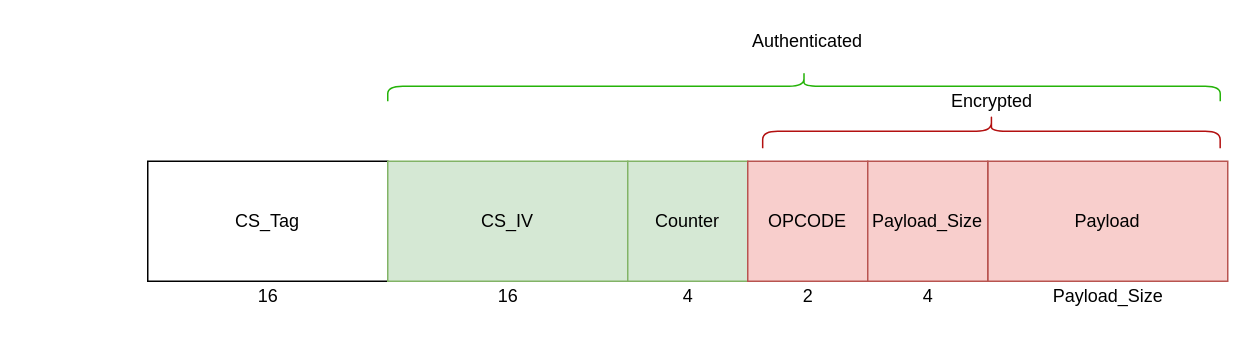
The draw.io diagram Documentation/DrawIo/opcode01234.drawio in matildao-pane/Secure-online-messaging-service, before the edit. Source tidied: cells renumbered, new cells numbered last; positions are measured from the earlier drawing's top-left corner, leaving out a move shared by most shapes. Both pictures are drawn from the tidied source at 150%, with x=0, y=0 at pixel (147, -332).
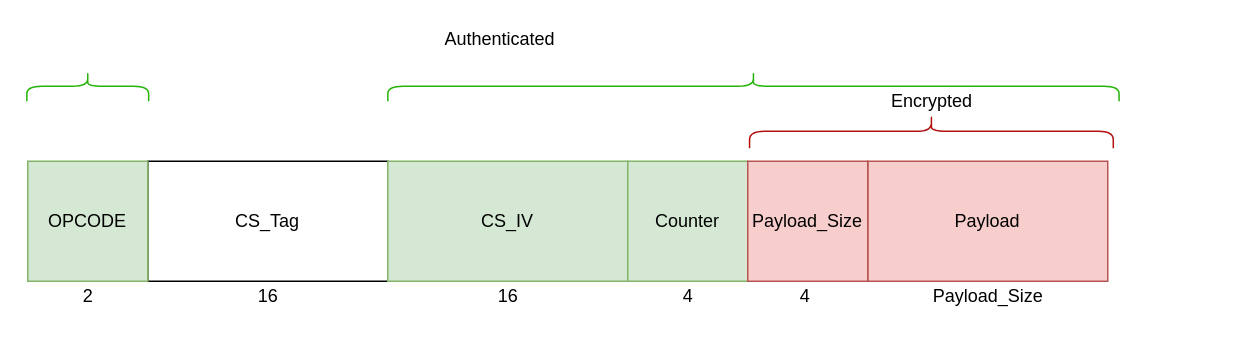
The same page after the edit.

What changed in the source:
```diff
@@
 <mxGraphModel>
   <root>
     <mxCell id="0" />
     <mxCell id="1" parent="0" />
     <mxCell id="2" value="CS_Tag" style="rounded=0;whiteSpace=wrap;html=1;" parent="1" vertex="1">
       <mxGeometry y="328" width="160" height="80" as="geometry" />
     </mxCell>
     <mxCell id="3" value="Payload" style="rounded=0;whiteSpace=wrap;html=1;fillColor=#f8cecc;strokeColor=#b85450;" parent="1" vertex="1">
-      <mxGeometry x="560" y="328" width="160" height="80" as="geometry" />
+      <mxGeometry x="480" y="328" width="160" height="80" as="geometry" />
     </mxCell>
     <mxCell id="4" value="CS_IV" style="rounded=0;whiteSpace=wrap;html=1;fillColor=#d5e8d4;strokeColor=#82b366;" parent="1" vertex="1">
       <mxGeometry x="160" y="328" width="160" height="80" as="geometry" />
     </mxCell>
     <mxCell id="5" value="16" style="text;html=1;align=center;verticalAlign=middle;strokeColor=none;" parent="1" vertex="1">
       <mxGeometry x="225" y="408" width="30" height="20" as="geometry" />
     </mxCell>
     <mxCell id="6" value="16" style="text;html=1;align=center;verticalAlign=middle;strokeColor=none;" parent="1" vertex="1">
       <mxGeometry x="65" y="408" width="30" height="20" as="geometry" />
     </mxCell>
     <mxCell id="7" style="shape=curlyBracket;whiteSpace=wrap;html=1;rounded=1;flipH=1;rotation=-90;fillColor=none;strokeColor=#25B309;" parent="1" vertex="1">
-      <mxGeometry x="427.5" y="0.5" width="20" height="555" as="geometry" />
+      <mxGeometry x="393.8" y="34.2" width="20" height="487.5" as="geometry" />
     </mxCell>
     <mxCell id="8" style="shape=curlyBracket;whiteSpace=wrap;html=1;rounded=1;flipH=1;rotation=-90;fillColor=none;strokeColor=#B31010;" parent="1" vertex="1">
-      <mxGeometry x="551.2" y="155.5" width="22.5" height="305" as="geometry" />
+      <mxGeometry x="511.2" y="186.8" width="22.5" height="242.5" as="geometry" />
     </mxCell>
     <mxCell id="9" value="Authenticated" style="text;html=1;strokeColor=none;fillColor=none;align=center;verticalAlign=middle;whiteSpace=wrap;rounded=0;" parent="1" vertex="1">
-      <mxGeometry x="420" y="238" width="40" height="20" as="geometry" />
+      <mxGeometry x="215" y="237.4" width="40" height="20" as="geometry" />
     </mxCell>
     <mxCell id="10" value="Encrypted" style="text;html=1;strokeColor=none;fillColor=none;align=center;verticalAlign=middle;whiteSpace=wrap;rounded=0;" parent="1" vertex="1">
-      <mxGeometry x="542.5" y="278" width="40" height="20" as="geometry" />
+      <mxGeometry x="502.5" y="278" width="40" height="20" as="geometry" />
     </mxCell>
     <mxCell id="11" value="Counter" style="rounded=0;whiteSpace=wrap;html=1;fillColor=#d5e8d4;strokeColor=#82b366;" parent="1" vertex="1">
       <mxGeometry x="320" y="328" width="80" height="80" as="geometry" />
     </mxCell>
-    <mxCell id="12" value="OPCODE" style="rounded=0;whiteSpace=wrap;html=1;fillColor=#f8cecc;strokeColor=#b85450;" parent="1" vertex="1">
-      <mxGeometry x="400" y="328" width="80" height="80" as="geometry" />
+    <mxCell id="12" value="OPCODE" style="rounded=0;whiteSpace=wrap;html=1;fillColor=#d5e8d4;strokeColor=#82b366;" parent="1" vertex="1">
+      <mxGeometry x="-80" y="328" width="80" height="80" as="geometry" />
     </mxCell>
     <mxCell id="13" value="4" style="text;html=1;align=center;verticalAlign=middle;strokeColor=none;" parent="1" vertex="1">
       <mxGeometry x="350" y="408" width="20" height="20" as="geometry" />
     </mxCell>
     <mxCell id="14" value="2" style="text;html=1;align=center;verticalAlign=middle;strokeColor=none;" parent="1" vertex="1">
-      <mxGeometry x="430" y="408" width="20" height="20" as="geometry" />
+      <mxGeometry x="-50" y="408" width="20" height="20" as="geometry" />
     </mxCell>
     <mxCell id="15" value="Payload_Size" style="rounded=0;whiteSpace=wrap;html=1;fillColor=#f8cecc;strokeColor=#b85450;" parent="1" vertex="1">
-      <mxGeometry x="480" y="328" width="80" height="80" as="geometry" />
+      <mxGeometry x="400" y="328" width="80" height="80" as="geometry" />
     </mxCell>
     <mxCell id="16" value="4" style="text;html=1;align=center;verticalAlign=middle;strokeColor=none;" parent="1" vertex="1">
-      <mxGeometry x="510" y="408" width="20" height="20" as="geometry" />
+      <mxGeometry x="427.5" y="408" width="20" height="20" as="geometry" />
     </mxCell>
     <mxCell id="17" value="Payload_Size" style="text;html=1;align=center;verticalAlign=middle;strokeColor=none;" parent="1" vertex="1">
-      <mxGeometry x="595" y="408" width="90" height="20" as="geometry" />
+      <mxGeometry x="515" y="408" width="90" height="20" as="geometry" />
     </mxCell>
+    <mxCell id="18" style="shape=curlyBracket;whiteSpace=wrap;html=1;rounded=1;flipH=1;rotation=-90;fillColor=none;strokeColor=#25B309;" parent="1" vertex="1">
+      <mxGeometry x="-50" y="237.4" width="20" height="81.2" as="geometry" />
+    </mxCell>
   </root>
 </mxGraphModel>
```
